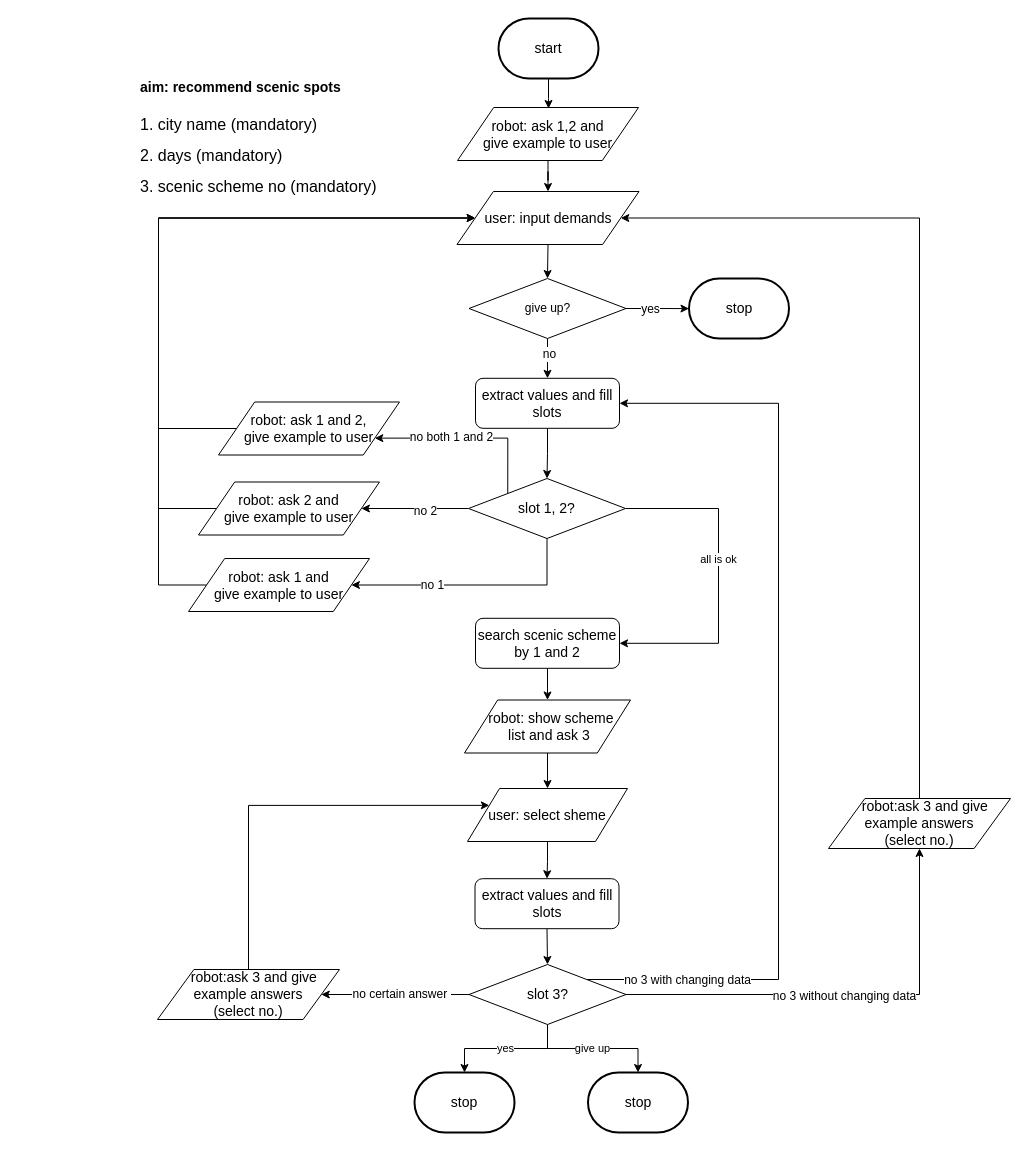
This is flow_diagram/scenic_plan.drawio from ricosr/travel_consult_chatbot, a draw.io file, before an edit. Source tidied: cells renumbered, new cells numbered last; positions are measured from the earlier drawing's top-left corner, leaving out a move shared by most shapes. Both pictures are drawn from the tidied source at 100%, with x=0, y=0 at pixel (135, 18).
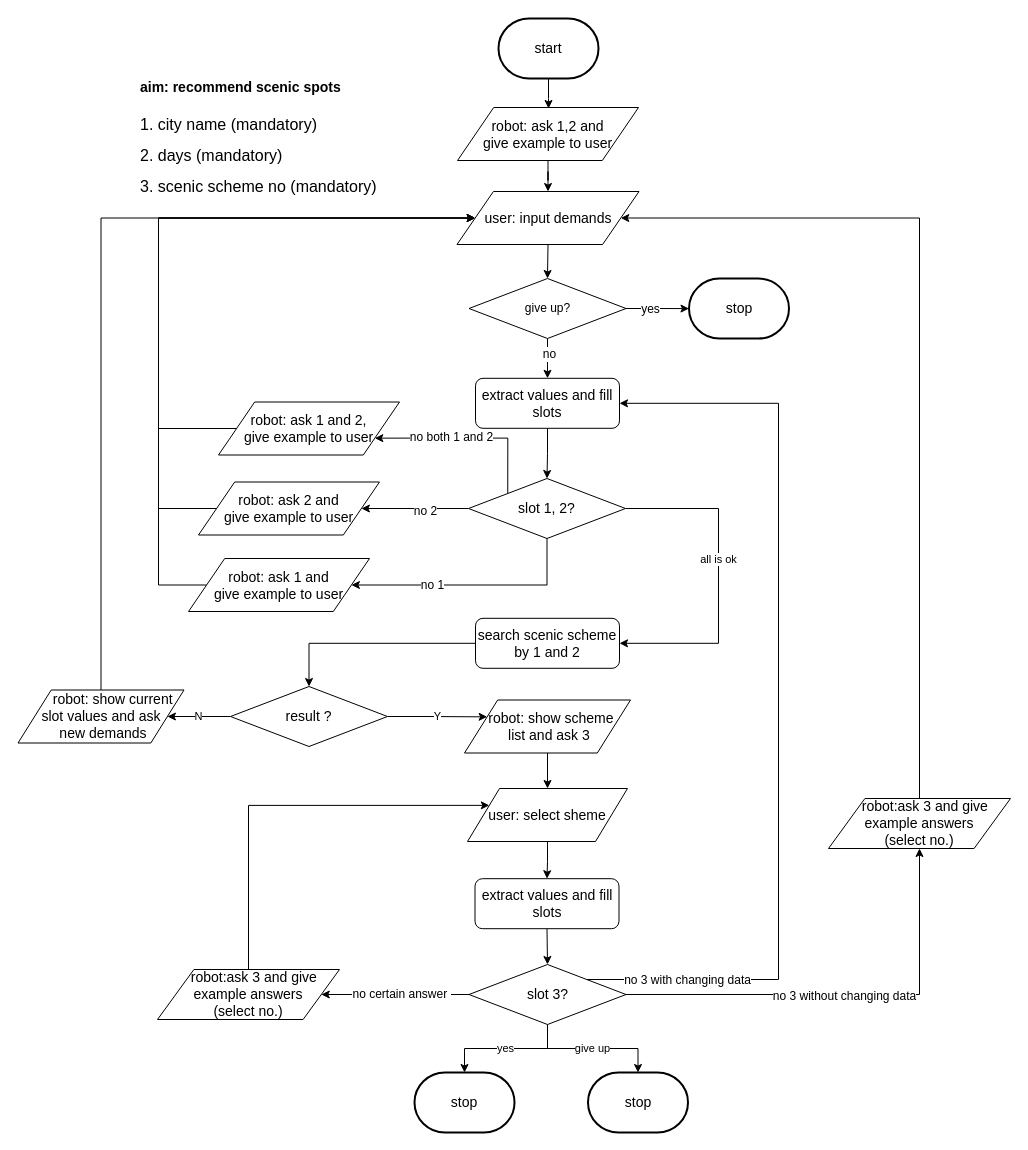
The same page after the edit.

The change refers to these unchanged cells:
```xml
<mxCell id="7" value="&lt;font style=&quot;font-size: 14px&quot;&gt;user: input demands&lt;/font&gt;" style="shape=parallelogram;perimeter=parallelogramPerimeter;whiteSpace=wrap;html=1;" parent="1" vertex="1">
  <mxGeometry x="321.5" y="173" width="182" height="53" as="geometry" />
</mxCell>
<mxCell id="9" value="&lt;font style=&quot;font-size: 14px&quot;&gt;&amp;nbsp; robot: show scheme&lt;br&gt;&amp;nbsp;list and ask 3&lt;/font&gt;" style="shape=parallelogram;perimeter=parallelogramPerimeter;whiteSpace=wrap;html=1;" parent="1" vertex="1">
  <mxGeometry x="329" y="681.5" width="166" height="53" as="geometry" />
</mxCell>
<mxCell id="49" value="&lt;font style=&quot;font-size: 14px&quot;&gt;search scenic scheme by 1 and 2&lt;/font&gt;" style="rounded=1;whiteSpace=wrap;html=1;" parent="1" vertex="1">
  <mxGeometry x="340" y="599.8" width="144" height="50" as="geometry" />
</mxCell>
```

Change to the diagram source:
```diff
@@
-    <mxCell id="48" style="edgeStyle=orthogonalEdgeStyle;rounded=0;jettySize=auto;html=1;exitX=0.5;exitY=1;exitDx=0;exitDy=0;entryX=0.5;entryY=0;entryDx=0;entryDy=0;" parent="1" edge="1" source="49" target="9">
-      <mxGeometry relative="1" as="geometry" />
-    </mxCell>
+    <mxCell id="54" style="edgeStyle=orthogonalEdgeStyle;rounded=0;jettySize=auto;html=1;exitX=0;exitY=0.5;exitDx=0;exitDy=0;entryX=0.5;entryY=0;entryDx=0;entryDy=0;" parent="1" edge="1" source="49" target="57">
+      <mxGeometry relative="1" as="geometry" />
+    </mxCell>
@@
+    <mxCell id="55" value="Y" style="edgeStyle=orthogonalEdgeStyle;rounded=0;jettySize=auto;html=1;exitX=1;exitY=0.5;exitDx=0;exitDy=0;entryX=0;entryY=0.25;entryDx=0;entryDy=0;" parent="1" edge="1" source="57" target="9">
+      <mxGeometry relative="1" as="geometry" />
+    </mxCell>
+    <mxCell id="56" value="N" style="edgeStyle=orthogonalEdgeStyle;rounded=0;jettySize=auto;html=1;exitX=0;exitY=0.5;exitDx=0;exitDy=0;" parent="1" edge="1" source="57" target="59">
+      <mxGeometry relative="1" as="geometry" />
+    </mxCell>
+    <mxCell id="57" value="&lt;font style=&quot;font-size: 14px&quot;&gt;result ?&lt;/font&gt;" style="rhombus;whiteSpace=wrap;html=1;" parent="1" vertex="1">
+      <mxGeometry x="95" y="668" width="157" height="60" as="geometry" />
+    </mxCell>
+    <mxCell id="58" style="edgeStyle=orthogonalEdgeStyle;rounded=0;jettySize=auto;html=1;exitX=0.5;exitY=0;exitDx=0;exitDy=0;entryX=0;entryY=0.5;entryDx=0;entryDy=0;" parent="1" edge="1" source="59" target="7">
+      <mxGeometry relative="1" as="geometry">
+        <Array as="points">
+          <mxPoint x="-34" y="200" />
+        </Array>
+      </mxGeometry>
+    </mxCell>
+    <mxCell id="59" value="&lt;font style=&quot;font-size: 14px&quot;&gt;&amp;nbsp; &amp;nbsp; &amp;nbsp; robot: show current &lt;br&gt;slot values and ask&lt;br&gt;&amp;nbsp;new demands&lt;br&gt;&lt;/font&gt;" style="shape=parallelogram;perimeter=parallelogramPerimeter;whiteSpace=wrap;html=1;" parent="1" vertex="1">
+      <mxGeometry x="-117.5" y="671.5" width="166" height="53" as="geometry" />
+    </mxCell>
```
